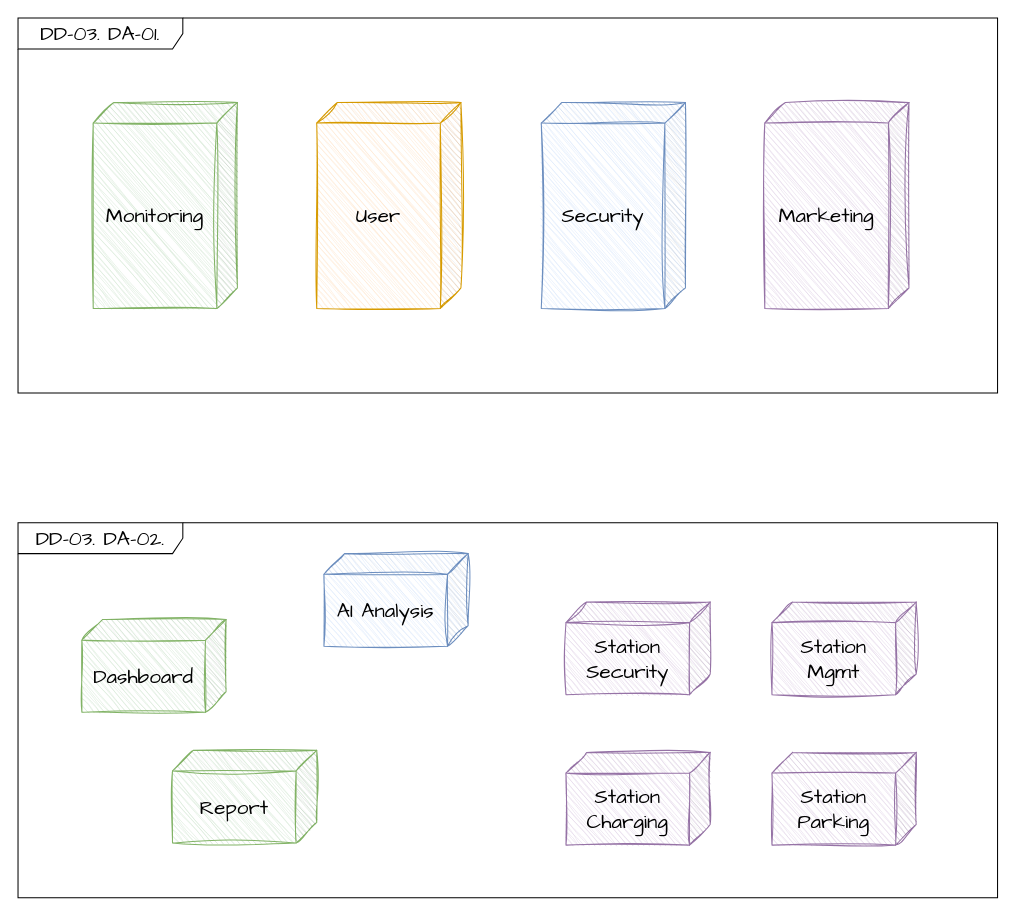
Before: DD/DD-03.drawio in coldmu/aa_exam, a draw.io diagram. Source tidied: cells renumbered, new cells numbered last; positions are measured from the earlier drawing's top-left corner, leaving out a move shared by most shapes. Both pictures are drawn from the tidied source at 103%, with x=0, y=0 at pixel (18, 18).
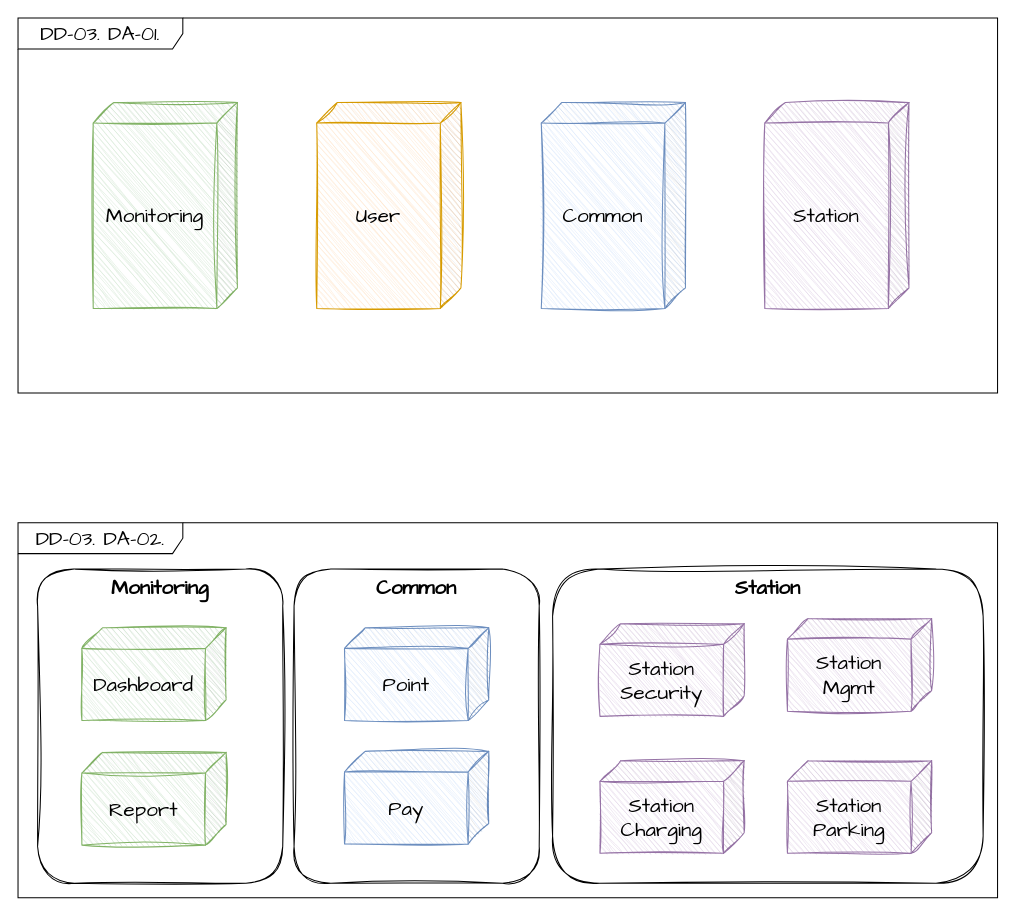
Above is the later version.

Change to the diagram source:
```diff
@@
 <mxGraphModel>
   <root>
     <mxCell id="0" />
     <mxCell id="1" parent="0" />
     <mxCell id="2" value="DD-03. DA-02." style="shape=umlFrame;whiteSpace=wrap;html=1;width=160;hachureGap=4;fontFamily=Architects Daughter;fontSize=20;" parent="1" vertex="1">
       <mxGeometry y="490" width="951" height="364" as="geometry" />
     </mxCell>
+    <mxCell id="15" value="&lt;b&gt;Station&lt;/b&gt;" style="rounded=1;whiteSpace=wrap;html=1;sketch=1;curveFitting=1;jiggle=2;fontSize=20;fontFamily=Architects Daughter;verticalAlign=top;" parent="1" vertex="1">
+      <mxGeometry x="519" y="535" width="418" height="305" as="geometry" />
+    </mxCell>
+    <mxCell id="16" value="Monitoring" style="rounded=1;whiteSpace=wrap;html=1;verticalAlign=top;sketch=1;curveFitting=1;jiggle=2;fontFamily=Architects Daughter;fontSize=20;fontStyle=1;" parent="1" vertex="1">
+      <mxGeometry x="19" y="535" width="238" height="305" as="geometry" />
+    </mxCell>
+    <mxCell id="17" value="&lt;b&gt;&lt;font face=&quot;Architects Daughter&quot; style=&quot;font-size: 20px;&quot;&gt;Common&lt;/font&gt;&lt;/b&gt;" style="rounded=1;whiteSpace=wrap;html=1;sketch=1;curveFitting=1;jiggle=2;verticalAlign=top;" parent="1" vertex="1">
+      <mxGeometry x="268" y="535" width="238" height="305" as="geometry" />
+    </mxCell>
     <mxCell id="3" value="DD-03. DA-01." style="shape=umlFrame;whiteSpace=wrap;html=1;width=160;hachureGap=4;fontFamily=Architects Daughter;fontSize=20;" parent="1" vertex="1">
       <mxGeometry width="951" height="364" as="geometry" />
     </mxCell>
     <mxCell id="4" value="Monitoring" style="shape=cube;whiteSpace=wrap;html=1;boundedLbl=1;backgroundOutline=1;darkOpacity=0.05;darkOpacity2=0.1;sketch=1;hachureGap=4;jiggle=2;curveFitting=1;fontFamily=Architects Daughter;fontSize=20;direction=east;flipH=1;fillColor=#d5e8d4;strokeColor=#82b366;" parent="1" vertex="1">
       <mxGeometry x="73" y="82" width="140" height="200" as="geometry" />
     </mxCell>
     <mxCell id="5" value="User" style="shape=cube;whiteSpace=wrap;html=1;boundedLbl=1;backgroundOutline=1;darkOpacity=0.05;darkOpacity2=0.1;sketch=1;hachureGap=4;jiggle=2;curveFitting=1;fontFamily=Architects Daughter;fontSize=20;direction=east;flipH=1;fillColor=#ffe6cc;strokeColor=#d79b00;" parent="1" vertex="1">
       <mxGeometry x="290" y="82" width="140" height="200" as="geometry" />
     </mxCell>
-    <mxCell id="6" value="Security" style="shape=cube;whiteSpace=wrap;html=1;boundedLbl=1;backgroundOutline=1;darkOpacity=0.05;darkOpacity2=0.1;sketch=1;hachureGap=4;jiggle=2;curveFitting=1;fontFamily=Architects Daughter;fontSize=20;direction=east;flipH=1;fillColor=#dae8fc;strokeColor=#6c8ebf;" parent="1" vertex="1">
+    <mxCell id="6" value="Common" style="shape=cube;whiteSpace=wrap;html=1;boundedLbl=1;backgroundOutline=1;darkOpacity=0.05;darkOpacity2=0.1;sketch=1;hachureGap=4;jiggle=2;curveFitting=1;fontFamily=Architects Daughter;fontSize=20;direction=east;flipH=1;fillColor=#dae8fc;strokeColor=#6c8ebf;" parent="1" vertex="1">
       <mxGeometry x="508" y="82" width="140" height="200" as="geometry" />
     </mxCell>
-    <mxCell id="7" value="Marketing" style="shape=cube;whiteSpace=wrap;html=1;boundedLbl=1;backgroundOutline=1;darkOpacity=0.05;darkOpacity2=0.1;sketch=1;hachureGap=4;jiggle=2;curveFitting=1;fontFamily=Architects Daughter;fontSize=20;direction=east;flipH=1;fillColor=#e1d5e7;strokeColor=#9673a6;" parent="1" vertex="1">
+    <mxCell id="7" value="Station" style="shape=cube;whiteSpace=wrap;html=1;boundedLbl=1;backgroundOutline=1;darkOpacity=0.05;darkOpacity2=0.1;sketch=1;hachureGap=4;jiggle=2;curveFitting=1;fontFamily=Architects Daughter;fontSize=20;direction=east;flipH=1;fillColor=#e1d5e7;strokeColor=#9673a6;" parent="1" vertex="1">
       <mxGeometry x="725" y="82" width="140" height="200" as="geometry" />
     </mxCell>
     <mxCell id="8" value="Station&lt;br&gt;Mgmt" style="shape=cube;whiteSpace=wrap;html=1;boundedLbl=1;backgroundOutline=1;darkOpacity=0.05;darkOpacity2=0.1;sketch=1;hachureGap=4;jiggle=2;curveFitting=1;fontFamily=Architects Daughter;fontSize=20;direction=east;flipH=1;fillColor=#e1d5e7;strokeColor=#9673a6;" parent="1" vertex="1">
-      <mxGeometry x="732" y="567" width="140" height="90" as="geometry" />
+      <mxGeometry x="747" y="583" width="140" height="90" as="geometry" />
     </mxCell>
-    <mxCell id="9" value="AI Analysis" style="shape=cube;whiteSpace=wrap;html=1;boundedLbl=1;backgroundOutline=1;darkOpacity=0.05;darkOpacity2=0.1;sketch=1;hachureGap=4;jiggle=2;curveFitting=1;fontFamily=Architects Daughter;fontSize=20;direction=east;flipH=1;fillColor=#dae8fc;strokeColor=#6c8ebf;" parent="1" vertex="1">
-      <mxGeometry x="297" y="520" width="140" height="90" as="geometry" />
+    <mxCell id="9" value="Point" style="shape=cube;whiteSpace=wrap;html=1;boundedLbl=1;backgroundOutline=1;darkOpacity=0.05;darkOpacity2=0.1;sketch=1;hachureGap=4;jiggle=2;curveFitting=1;fontFamily=Architects Daughter;fontSize=20;direction=east;flipH=1;fillColor=#dae8fc;strokeColor=#6c8ebf;" parent="1" vertex="1">
+      <mxGeometry x="317" y="592" width="140" height="90" as="geometry" />
     </mxCell>
     <mxCell id="10" value="Report" style="shape=cube;whiteSpace=wrap;html=1;boundedLbl=1;backgroundOutline=1;darkOpacity=0.05;darkOpacity2=0.1;sketch=1;hachureGap=4;jiggle=2;curveFitting=1;fontFamily=Architects Daughter;fontSize=20;direction=east;flipH=1;fillColor=#d5e8d4;strokeColor=#82b366;" parent="1" vertex="1">
-      <mxGeometry x="150" y="711" width="140" height="90" as="geometry" />
+      <mxGeometry x="62" y="713" width="140" height="90" as="geometry" />
     </mxCell>
     <mxCell id="11" value="Station&lt;br&gt;Security" style="shape=cube;whiteSpace=wrap;html=1;boundedLbl=1;backgroundOutline=1;darkOpacity=0.05;darkOpacity2=0.1;sketch=1;hachureGap=4;jiggle=2;curveFitting=1;fontFamily=Architects Daughter;fontSize=20;direction=east;flipH=1;fillColor=#e1d5e7;strokeColor=#9673a6;" parent="1" vertex="1">
-      <mxGeometry x="532" y="567" width="140" height="90" as="geometry" />
+      <mxGeometry x="565" y="588" width="140" height="90" as="geometry" />
     </mxCell>
     <mxCell id="12" value="Station&lt;br&gt;Parking" style="shape=cube;whiteSpace=wrap;html=1;boundedLbl=1;backgroundOutline=1;darkOpacity=0.05;darkOpacity2=0.1;sketch=1;hachureGap=4;jiggle=2;curveFitting=1;fontFamily=Architects Daughter;fontSize=20;direction=east;flipH=1;fillColor=#e1d5e7;strokeColor=#9673a6;" parent="1" vertex="1">
-      <mxGeometry x="732" y="713" width="140" height="90" as="geometry" />
+      <mxGeometry x="747" y="721" width="140" height="90" as="geometry" />
     </mxCell>
     <mxCell id="13" value="Station&lt;br&gt;Charging" style="shape=cube;whiteSpace=wrap;html=1;boundedLbl=1;backgroundOutline=1;darkOpacity=0.05;darkOpacity2=0.1;sketch=1;hachureGap=4;jiggle=2;curveFitting=1;fontFamily=Architects Daughter;fontSize=20;direction=east;flipH=1;fillColor=#e1d5e7;strokeColor=#9673a6;" parent="1" vertex="1">
-      <mxGeometry x="532" y="713" width="140" height="90" as="geometry" />
+      <mxGeometry x="565" y="721" width="140" height="90" as="geometry" />
     </mxCell>
     <mxCell id="14" value="Dashboard" style="shape=cube;whiteSpace=wrap;html=1;boundedLbl=1;backgroundOutline=1;darkOpacity=0.05;darkOpacity2=0.1;sketch=1;hachureGap=4;jiggle=2;curveFitting=1;fontFamily=Architects Daughter;fontSize=20;direction=east;flipH=1;fillColor=#d5e8d4;strokeColor=#82b366;" parent="1" vertex="1">
-      <mxGeometry x="62" y="584" width="140" height="90" as="geometry" />
+      <mxGeometry x="62" y="592" width="140" height="90" as="geometry" />
     </mxCell>
+    <mxCell id="18" value="Pay" style="shape=cube;whiteSpace=wrap;html=1;boundedLbl=1;backgroundOutline=1;darkOpacity=0.05;darkOpacity2=0.1;sketch=1;hachureGap=4;jiggle=2;curveFitting=1;fontFamily=Architects Daughter;fontSize=20;direction=east;flipH=1;fillColor=#dae8fc;strokeColor=#6c8ebf;" parent="1" vertex="1">
+      <mxGeometry x="317" y="712" width="140" height="90" as="geometry" />
+    </mxCell>
   </root>
 </mxGraphModel>
```
